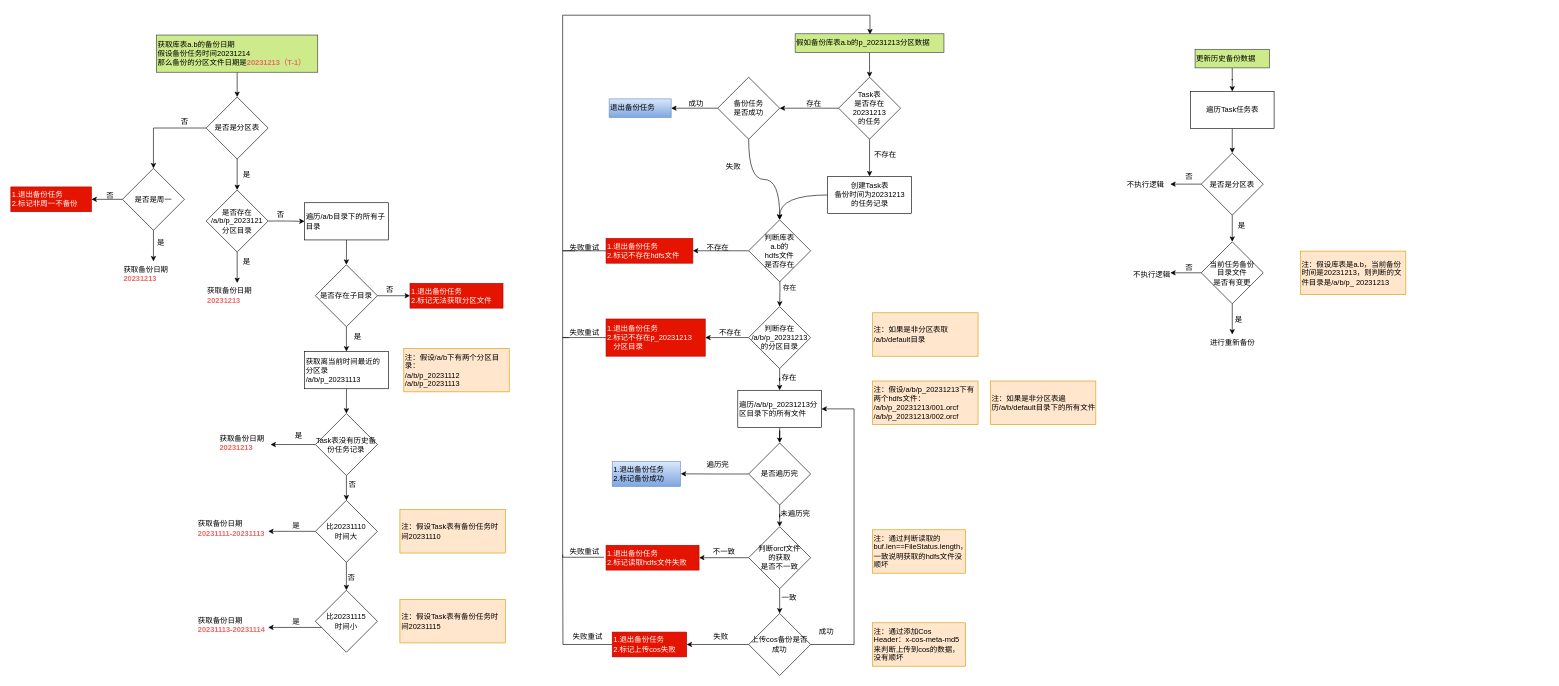
This is src/main/resources/work.drawio from milanyangbo/embedded-tidb, a draw.io file, before an edit. Source tidied: cells renumbered, new cells numbered last; positions are measured from the earlier drawing's top-left corner, leaving out a move shared by most shapes. Both pictures are drawn from the tidied source at 62%, with x=0, y=0 at pixel (11, 15).
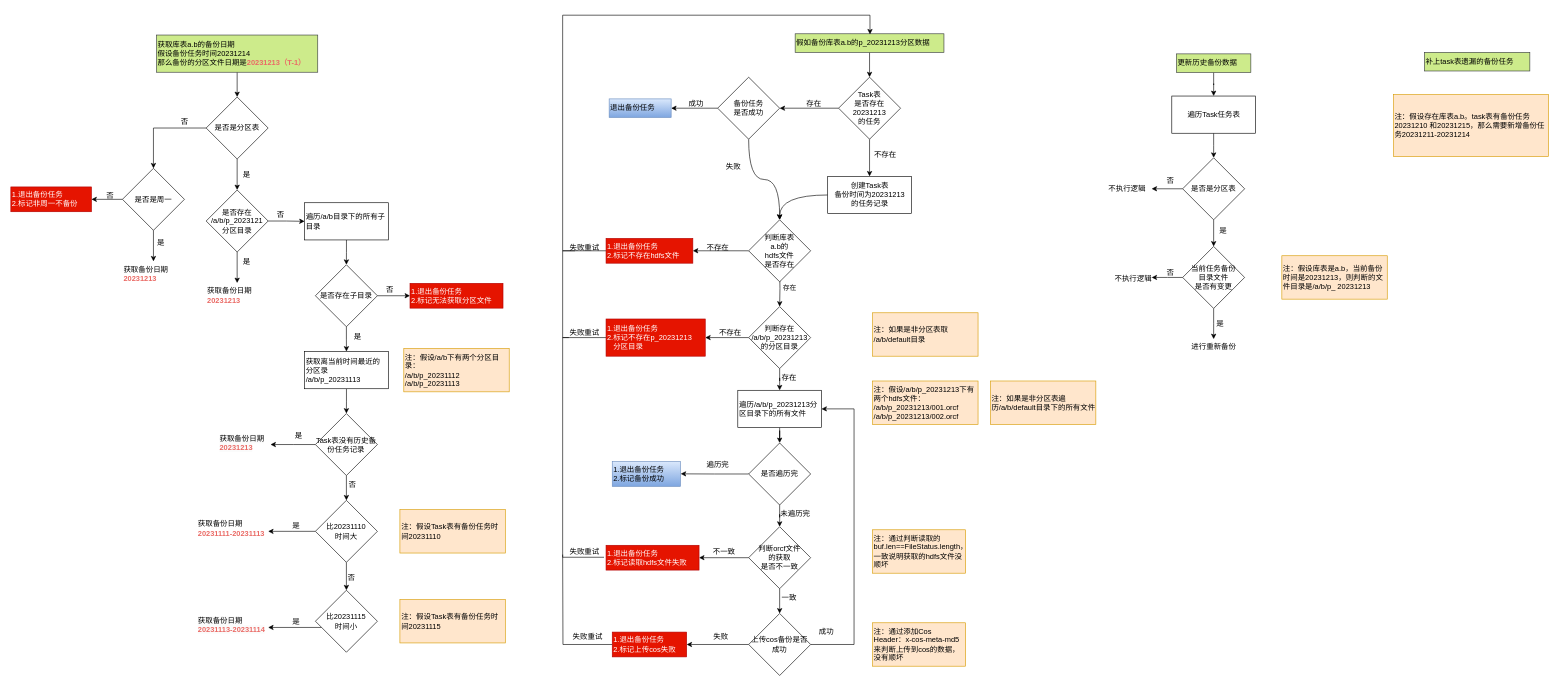
The same diagram, later.

The edit, as a diff of the source:
```diff
@@
     <mxCell id="112" value="更新历史备份数据" style="text;html=1;align=left;verticalAlign=middle;points=[];strokeColor=#36393d;fillColor=#cdeb8b;" parent="1" vertex="1">
-      <mxGeometry x="1910" y="55" width="120" height="30" as="geometry" />
+      <mxGeometry x="1880" y="62.4" width="120" height="30" as="geometry" />
     </mxCell>
@@
     <mxCell id="114" value="遍历Task任务表" style="rounded=0;whiteSpace=wrap;html=1;" parent="1" vertex="1">
-      <mxGeometry x="1902.5" y="123" width="135" height="60" as="geometry" />
+      <mxGeometry x="1872.5" y="130.4" width="135" height="60" as="geometry" />
     </mxCell>
@@
     <mxCell id="117" value="是否是分区表" style="rhombus;whiteSpace=wrap;html=1;" parent="1" vertex="1">
-      <mxGeometry x="1920" y="222.5" width="100" height="100" as="geometry" />
+      <mxGeometry x="1890" y="230" width="100" height="100" as="geometry" />
     </mxCell>
     <mxCell id="118" value="不执行逻辑" style="text;html=1;align=center;verticalAlign=middle;points=[];strokeColor=none;fillColor=none;" parent="1" vertex="1">
-      <mxGeometry x="1790" y="257.5" width="80" height="30" as="geometry" />
+      <mxGeometry x="1760" y="265" width="80" height="30" as="geometry" />
     </mxCell>
     <mxCell id="119" value="否" style="text;html=1;align=center;verticalAlign=middle;strokeColor=none;fillColor=none;" parent="1" vertex="1">
-      <mxGeometry x="1880" y="245" width="40" height="30" as="geometry" />
+      <mxGeometry x="1850" y="252.4" width="40" height="30" as="geometry" />
     </mxCell>
@@
     <mxCell id="121" style="edgeStyle=orthogonalEdgeStyle;rounded=0;jettySize=auto;html=1;" parent="1" edge="1" source="123">
       <mxGeometry relative="1" as="geometry">
-        <mxPoint x="1870" y="415.5" as="targetPoint" />
+        <mxPoint x="1840" y="423" as="targetPoint" />
       </mxGeometry>
     </mxCell>
     <mxCell id="122" style="edgeStyle=orthogonalEdgeStyle;rounded=0;jettySize=auto;html=1;" parent="1" edge="1" source="123">
       <mxGeometry relative="1" as="geometry">
-        <mxPoint x="1970" y="515" as="targetPoint" />
+        <mxPoint x="1940" y="522.4" as="targetPoint" />
       </mxGeometry>
     </mxCell>
     <mxCell id="123" value="当前任务备份&lt;br&gt;目录文件&lt;br&gt;是否有变更" style="rhombus;whiteSpace=wrap;html=1;" parent="1" vertex="1">
-      <mxGeometry x="1920" y="365.5" width="100" height="100" as="geometry" />
+      <mxGeometry x="1890" y="373" width="100" height="100" as="geometry" />
     </mxCell>
     <mxCell id="124" value="是" style="text;html=1;align=center;verticalAlign=middle;strokeColor=none;fillColor=none;" parent="1" vertex="1">
-      <mxGeometry x="1965" y="325" width="40" height="30" as="geometry" />
+      <mxGeometry x="1935" y="332.4" width="40" height="30" as="geometry" />
     </mxCell>
     <mxCell id="125" value="注：假设库表是a.b，当前备份时间是20231213，则判断的文件目录是/a/b/p_&amp;nbsp;20231213" style="rounded=0;whiteSpace=wrap;html=1;align=left;fillColor=#ffe6cc;strokeColor=#d79b00;" parent="1" vertex="1">
-      <mxGeometry x="2080" y="380.5" width="170" height="70" as="geometry" />
+      <mxGeometry x="2050" y="388" width="170" height="70" as="geometry" />
     </mxCell>
     <mxCell id="126" value="否" style="text;html=1;align=center;verticalAlign=middle;strokeColor=none;fillColor=none;" parent="1" vertex="1">
-      <mxGeometry x="1880" y="393" width="40" height="30" as="geometry" />
+      <mxGeometry x="1850" y="400.4" width="40" height="30" as="geometry" />
     </mxCell>
     <mxCell id="127" value="不执行逻辑" style="text;html=1;align=center;verticalAlign=middle;strokeColor=none;fillColor=none;" parent="1" vertex="1">
-      <mxGeometry x="1800" y="402.5" width="80" height="30" as="geometry" />
+      <mxGeometry x="1770" y="410" width="80" height="30" as="geometry" />
     </mxCell>
     <mxCell id="128" value="是" style="text;html=1;align=center;verticalAlign=middle;strokeColor=none;fillColor=none;" parent="1" vertex="1">
-      <mxGeometry x="1960" y="475.5" width="40" height="30" as="geometry" />
+      <mxGeometry x="1930" y="483" width="40" height="30" as="geometry" />
     </mxCell>
     <mxCell id="129" value="进行重新备份" style="text;html=1;align=center;verticalAlign=middle;strokeColor=none;fillColor=none;" parent="1" vertex="1">
-      <mxGeometry x="1920" y="512.5" width="100" height="30" as="geometry" />
+      <mxGeometry x="1890" y="520" width="100" height="30" as="geometry" />
     </mxCell>
+    <mxCell id="130" value="补上task表遗漏的备份任务" style="text;html=1;align=left;verticalAlign=middle;strokeColor=#36393d;fillColor=#cdeb8b;" parent="1" vertex="1">
+      <mxGeometry x="2280" y="60" width="170" height="30" as="geometry" />
+    </mxCell>
+    <mxCell id="131" value="注：假设存在库表a.b。task表有备份任务20231210 和20231215，那么需要新增备份任务20231211-20231214" style="rounded=0;whiteSpace=wrap;html=1;align=left;fillColor=#ffe6cc;strokeColor=#d79b00;" parent="1" vertex="1">
+      <mxGeometry x="2230" y="128" width="250" height="100" as="geometry" />
+    </mxCell>
```
